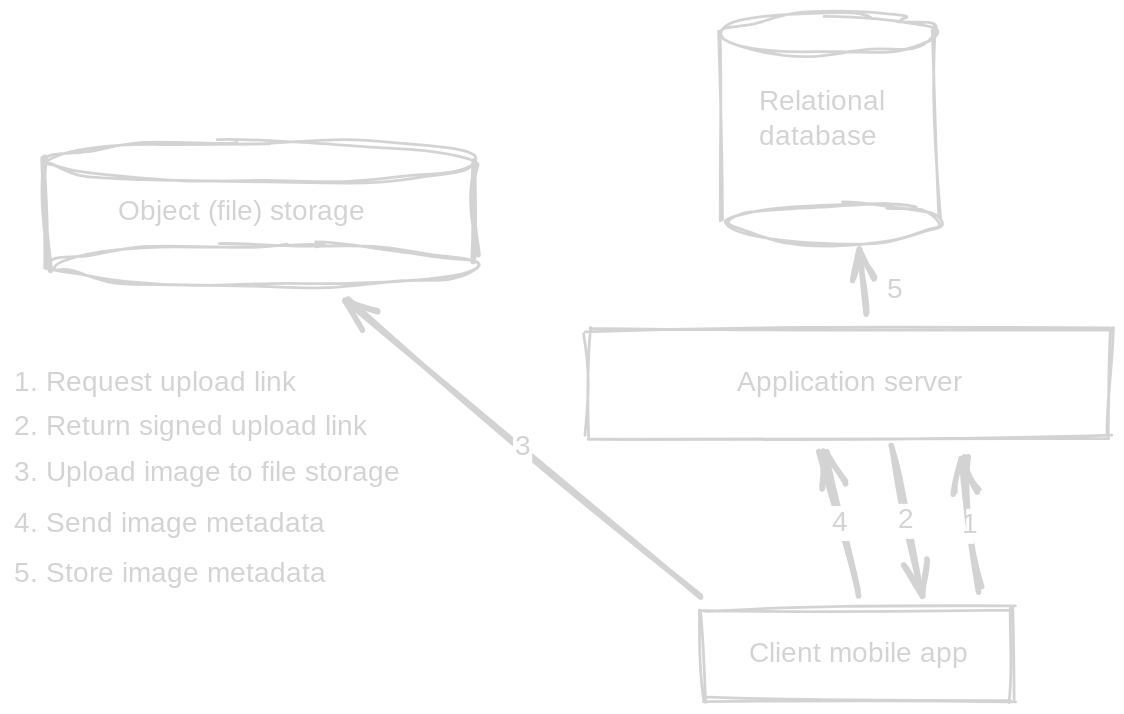
filipegeric/scaling-the-client keeps this Excalidraw diagram as images/gym-app-upload-5-revised.svg. Above is the earlier version. Source tidied: one line per element, renumbered; positions are measured from the earlier drawing's top-left corner, leaving out a move shared by most shapes.
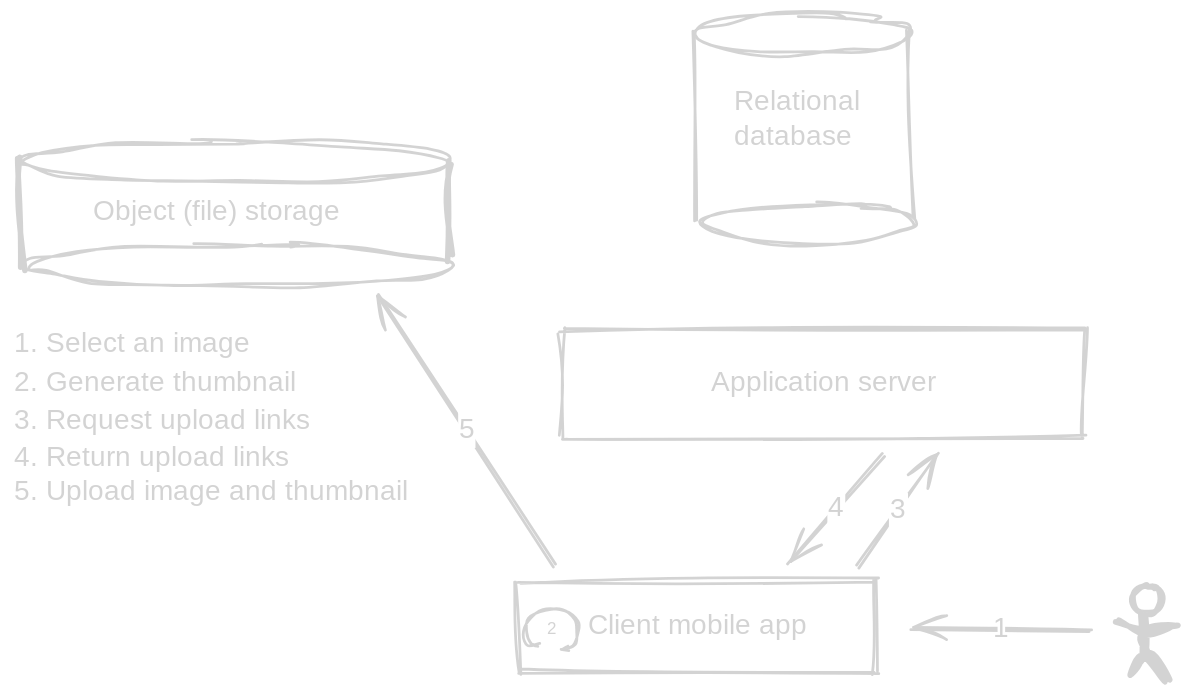
Above is the later version.

What changed in the source:
```diff
@@ -1,5 +1,5 @@
-{"id": 0, "type": "rectangle", "strokeColor": "#1e1e1e", "strokeWidth": 2, "roughness": 2, "x": 492, "y": 425, "width": 222, "height": 65}
+{"id": 0, "type": "rectangle", "strokeColor": "#1e1e1e", "strokeWidth": 2, "roughness": 2, "x": 378, "y": 405, "width": 256, "height": 65}
-{"id": 1, "type": "text", "text": "Client mobile app", "strokeColor": "#1e1e1e", "backgroundColor": "#ffffff", "fillStyle": "solid", "strokeWidth": 2, "roughness": 2, "fontSize": 20, "fontFamily": 1, "textAlign": "center", "verticalAlign": "middle", "inside": 0, "x": 522, "y": 445, "width": 162, "height": 25}
+{"id": 1, "type": "text", "text": "Client mobile app", "strokeColor": "#1e1e1e", "backgroundColor": "#ffffff", "fillStyle": "solid", "strokeWidth": 2, "roughness": 2, "fontSize": 20, "fontFamily": 1, "textAlign": "center", "verticalAlign": "middle", "inside": 0, "x": 426, "y": 425, "width": 162, "height": 25}
 {"id": 2, "type": "rectangle", "strokeColor": "#1e1e1e", "strokeWidth": 2, "roughness": 2, "x": 410, "y": 225, "width": 372, "height": 78}
 {"id": 3, "type": "text", "text": "Application server", "strokeColor": "#1e1e1e", "backgroundColor": "#ffffff", "fillStyle": "solid", "strokeWidth": 2, "roughness": 2, "fontSize": 20, "fontFamily": 1, "textAlign": "center", "verticalAlign": "middle", "inside": 2, "x": 510, "y": 251, "width": 172, "height": 25}
 {"id": 4, "type": "ellipse", "strokeColor": "#1e1e1e", "strokeWidth": 2, "roughness": 2, "x": 509, "y": 135, "width": 153, "height": 28}
@@ -12,18 +12,29 @@
 {"id": 11, "type": "text", "text": "Object (file) storage", "strokeColor": "#1e1e1e", "strokeWidth": 4, "roughness": 2, "fontSize": 20, "fontFamily": 1, "x": 75, "y": 129, "width": 205, "height": 25}
 {"id": 12, "type": "line", "strokeColor": "#1e1e1e", "strokeWidth": 4, "roughness": 2, "x": 22, "y": 103, "width": 2, "height": 77, "points": [[0, 0], [2, 77]]}
 {"id": 13, "type": "line", "strokeColor": "#1e1e1e", "strokeWidth": 4, "roughness": 2, "x": 327, "y": 105, "width": 3, "height": 69, "points": [[0, 0], [3, 69]]}
-{"id": 14, "type": "arrow", "strokeColor": "#1e1e1e", "strokeWidth": 4, "roughness": 2, "endArrowhead": "arrow", "from": 0, "to": 2, "x": 688, "y": 412, "width": 10, "height": 92, "points": [[0, 0], [-10, -92]]}
+{"id": 29, "type": "ellipse", "strokeColor": "#1e1e1e", "strokeWidth": 4, "roughness": 2, "round": true, "x": 818, "y": 408, "width": 20, "height": 20}
+{"id": 30, "type": "line", "strokeColor": "#1e1e1e", "strokeWidth": 4, "roughness": 2, "round": true, "x": 827, "y": 428, "width": 46, "height": 47, "points": [[0, 0], [1, 29], [-13, 45], [1, 30], [17, 47], [-1, 28], [-1, 12], [23, 7], [-1, 12], [-22, 6]]}
+{"id": 31, "type": "arrow", "strokeColor": "#1e1e1e", "strokeWidth": 2, "roughness": 1, "endArrowhead": "arrow", "round": true, "x": 787, "y": 441, "width": 127, "height": 2, "points": [[0, 0], [-127, -2]]}
-{"id": 15, "type": "text", "text": "1", "strokeColor": "#1e1e1e", "strokeWidth": 4, "roughness": 2, "fontSize": 20, "fontFamily": 1, "textAlign": "center", "verticalAlign": "middle", "inside": 14, "x": 680, "y": 353, "width": 5, "height": 25}
+{"id": 15, "type": "text", "text": "1", "strokeColor": "#1e1e1e", "strokeWidth": 2, "roughness": 1, "fontSize": 20, "fontFamily": 1, "textAlign": "center", "verticalAlign": "middle", "inside": 31, "x": 721, "y": 428, "width": 5, "height": 25}
-{"id": 16, "type": "text", "text": "1. Request upload link", "strokeColor": "#1e1e1e", "strokeWidth": 4, "roughness": 2, "fontSize": 20, "fontFamily": 1, "x": 0, "y": 251, "width": 212, "height": 25}
-{"id": 17, "type": "arrow", "strokeColor": "#1e1e1e", "strokeWidth": 4, "roughness": 2, "endArrowhead": "arrow", "from": 2, "to": 0, "x": 626, "y": 310, "width": 23, "height": 104, "points": [[0, 0], [23, 104]]}
+{"id": 32, "type": "arrow", "strokeColor": "#1e1e1e", "strokeWidth": 2, "roughness": 1, "endArrowhead": "arrow", "round": true, "x": 394, "y": 451, "width": 39, "height": 28, "points": [[0, 0], [-8, -1], [-11, -8], [-8, -18], [3, -26], [17, -25], [27, -17], [28, -8], [24, 0], [15, 2]]}
-{"id": 18, "type": "text", "text": "2", "strokeColor": "#1e1e1e", "strokeWidth": 4, "roughness": 2, "fontSize": 20, "fontFamily": 1, "textAlign": "center", "verticalAlign": "middle", "inside": 17, "x": 630, "y": 350, "width": 14, "height": 25}
+{"id": 18, "type": "text", "text": "2", "strokeColor": "#1e1e1e", "strokeWidth": 2, "roughness": 1, "fontSize": 12.3, "fontFamily": 1, "x": 399, "y": 432, "width": 9, "height": 15}
-{"id": 19, "type": "text", "text": "2. Return signed upload link", "strokeColor": "#1e1e1e", "strokeWidth": 4, "roughness": 2, "fontSize": 20, "fontFamily": 1, "x": 0, "y": 283, "width": 273, "height": 25}
-{"id": 20, "type": "arrow", "strokeColor": "#1e1e1e", "strokeWidth": 4, "roughness": 2, "endArrowhead": "arrow", "from": 0, "to": 9, "x": 490, "y": 417, "width": 254, "height": 214, "points": [[0, 0], [-254, -214]]}
+{"id": 33, "type": "text", "text": "1. Select an image", "strokeColor": "#1e1e1e", "strokeWidth": 2, "roughness": 1, "fontSize": 20, "fontFamily": 1, "x": 18, "y": 224, "width": 176, "height": 25}
+{"id": 34, "type": "text", "text": "2. Generate thumbnail", "strokeColor": "#1e1e1e", "strokeWidth": 2, "roughness": 1, "fontSize": 20, "fontFamily": 1, "x": 18, "y": 251, "width": 219, "height": 25}
+{"id": 35, "type": "arrow", "strokeColor": "#1e1e1e", "strokeWidth": 2, "roughness": 1, "endArrowhead": "arrow", "round": true, "from": 0, "to": 2, "x": 621, "y": 395, "width": 58, "height": 80, "points": [[0, 0], [58, -80]]}
-{"id": 21, "type": "text", "text": "3", "strokeColor": "#1e1e1e", "strokeWidth": 4, "roughness": 2, "fontSize": 20, "fontFamily": 1, "textAlign": "center", "verticalAlign": "middle", "inside": 20, "x": 356, "y": 297, "width": 14, "height": 25}
+{"id": 21, "type": "text", "text": "3", "strokeColor": "#1e1e1e", "strokeWidth": 2, "roughness": 1, "fontSize": 20, "fontFamily": 1, "textAlign": "center", "verticalAlign": "middle", "inside": 35, "x": 643, "y": 342, "width": 14, "height": 25}
-{"id": 22, "type": "text", "text": "3. Upload image to file storage", "strokeColor": "#1e1e1e", "strokeWidth": 4, "roughness": 2, "fontSize": 20, "fontFamily": 1, "x": 0, "y": 316, "width": 314, "height": 25}
-{"id": 23, "type": "arrow", "strokeColor": "#1e1e1e", "strokeWidth": 4, "roughness": 2, "endArrowhead": "arrow", "from": 0, "to": 2, "x": 602, "y": 414, "width": 23, "height": 99, "points": [[0, 0], [-23, -99]]}
+{"id": 36, "type": "arrow", "strokeColor": "#1e1e1e", "strokeWidth": 2, "roughness": 1, "endArrowhead": "arrow", "round": true, "from": 2, "to": 0, "x": 640, "y": 315, "width": 68, "height": 78, "points": [[0, 0], [-68, 78]]}
-{"id": 24, "type": "text", "text": "4", "strokeColor": "#1e1e1e", "strokeWidth": 4, "roughness": 2, "fontSize": 20, "fontFamily": 1, "textAlign": "center", "verticalAlign": "middle", "inside": 23, "x": 584, "y": 351, "width": 13, "height": 25}
+{"id": 24, "type": "text", "text": "4", "strokeColor": "#1e1e1e", "strokeWidth": 2, "roughness": 1, "fontSize": 20, "fontFamily": 1, "textAlign": "center", "verticalAlign": "middle", "inside": 36, "x": 599, "y": 341, "width": 13, "height": 25}
-{"id": 25, "type": "text", "text": "4. Send image metadata", "strokeColor": "#1e1e1e", "strokeWidth": 4, "roughness": 2, "fontSize": 20, "fontFamily": 1, "x": 0, "y": 352, "width": 241, "height": 25}
-{"id": 26, "type": "arrow", "strokeColor": "#1e1e1e", "strokeWidth": 4, "roughness": 2, "endArrowhead": "arrow", "from": 2, "to": 4, "x": 608, "y": 214, "width": 3, "height": 45, "points": [[0, 0], [-3, -45]]}
+{"id": 37, "type": "arrow", "strokeColor": "#1e1e1e", "strokeWidth": 2, "roughness": 1, "endArrowhead": "arrow", "round": true, "from": 0, "to": 9, "x": 405, "y": 394, "width": 127, "height": 193, "points": [[0, 0], [-127, -193]]}
-{"id": 27, "type": "text", "text": "5", "strokeColor": "#1e1e1e", "strokeWidth": 4, "roughness": 2, "fontSize": 20, "fontFamily": 1, "x": 623, "y": 185, "width": 12, "height": 25}
+{"id": 27, "type": "text", "text": "5", "strokeColor": "#1e1e1e", "strokeWidth": 2, "roughness": 1, "fontSize": 20, "fontFamily": 1, "textAlign": "center", "verticalAlign": "middle", "inside": 37, "x": 335, "y": 285, "width": 12, "height": 25}
-{"id": 28, "type": "text", "text": "5. Store image metadata", "strokeColor": "#1e1e1e", "strokeWidth": 4, "roughness": 2, "fontSize": 20, "fontFamily": 1, "x": 0, "y": 388, "width": 251, "height": 25}
+{"id": 38, "type": "arrow", "strokeColor": "#1e1e1e", "strokeWidth": 2, "roughness": 1, "opacity": 0, "endArrowhead": "arrow", "round": true, "from": 0, "to": 2, "x": 532, "y": 392, "width": 21, "height": 76, "points": [[0, 0], [21, -76]]}
+{"id": 39, "type": "text", "text": "6", "strokeColor": "#1e1e1e", "strokeWidth": 2, "roughness": 1, "opacity": 0, "fontSize": 16, "fontFamily": 1, "textAlign": "center", "verticalAlign": "middle", "inside": 38, "x": 538, "y": 344, "width": 10, "height": 20}
+{"id": 40, "type": "arrow", "strokeColor": "#1e1e1e", "strokeWidth": 2, "roughness": 1, "opacity": 0, "endArrowhead": "arrow", "round": true, "from": 2, "to": 4, "x": 520, "y": 213, "width": 73, "height": 39, "points": [[0, 0], [73, -39]]}
+{"id": 41, "type": "text", "text": "7", "strokeColor": "#1e1e1e", "strokeWidth": 2, "roughness": 1, "opacity": 0, "fontSize": 16, "fontFamily": 1, "textAlign": "center", "verticalAlign": "middle", "inside": 40, "x": 553, "y": 183, "width": 9, "height": 20}
+{"id": 42, "type": "arrow", "strokeColor": "#1e1e1e", "strokeWidth": 2, "roughness": 1, "opacity": 0, "endArrowhead": "arrow", "round": true, "from": 2, "to": 0, "x": 494, "y": 314, "width": 4, "height": 77, "points": [[0, 0], [4, 77]]}
+{"id": 43, "type": "text", "text": "8", "strokeColor": "#1e1e1e", "strokeWidth": 2, "roughness": 1, "opacity": 0, "fontSize": 16, "fontFamily": 1, "textAlign": "center", "verticalAlign": "middle", "inside": 42, "x": 490, "y": 342, "width": 12, "height": 20}
+{"id": 44, "type": "text", "text": "3. Request upload links", "strokeColor": "#1e1e1e", "strokeWidth": 2, "roughness": 1, "fontSize": 20, "fontFamily": 1, "x": 18, "y": 279, "width": 231, "height": 25}
+{"id": 45, "type": "text", "text": "4. Return upload links", "strokeColor": "#1e1e1e", "strokeWidth": 2, "roughness": 1, "fontSize": 20, "fontFamily": 1, "x": 18, "y": 306, "width": 215, "height": 25}
+{"id": 46, "type": "text", "text": "5. Upload image and thumbnail", "strokeColor": "#1e1e1e", "strokeWidth": 2, "roughness": 1, "fontSize": 20, "fontFamily": 1, "x": 18, "y": 330, "width": 296, "height": 25}
+{"id": 47, "type": "text", "text": "6. Send metadata", "strokeColor": "#1e1e1e", "strokeWidth": 2, "roughness": 1, "opacity": 0, "fontSize": 20, "fontFamily": 1, "x": 18, "y": 360, "width": 180, "height": 25}
+{"id": 48, "type": "text", "text": "7. Store metadata", "strokeColor": "#1e1e1e", "strokeWidth": 2, "roughness": 1, "opacity": 0, "fontSize": 20, "fontFamily": 1, "x": 18, "y": 388, "width": 188, "height": 25}
+{"id": 49, "type": "text", "text": "8. Return success response", "strokeColor": "#1e1e1e", "strokeWidth": 2, "roughness": 1, "opacity": 0, "fontSize": 20, "fontFamily": 1, "x": 18, "y": 416, "width": 273, "height": 25}
```
